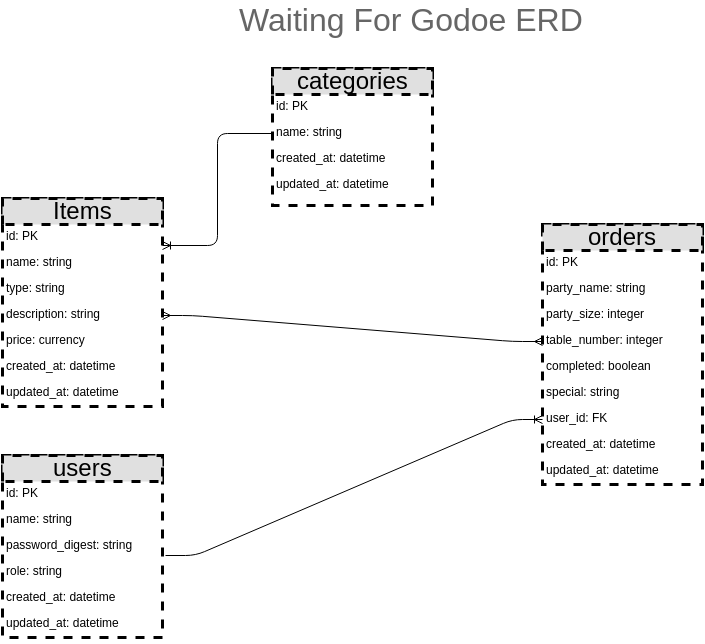
Earlier version of the draw.io export erds/gadoe_erd.png (harryganz/restaurant_management_app). Source tidied: cells renumbered, new cells last; positions are measured from the earlier drawing's top-left corner, leaving out a move shared by most shapes.
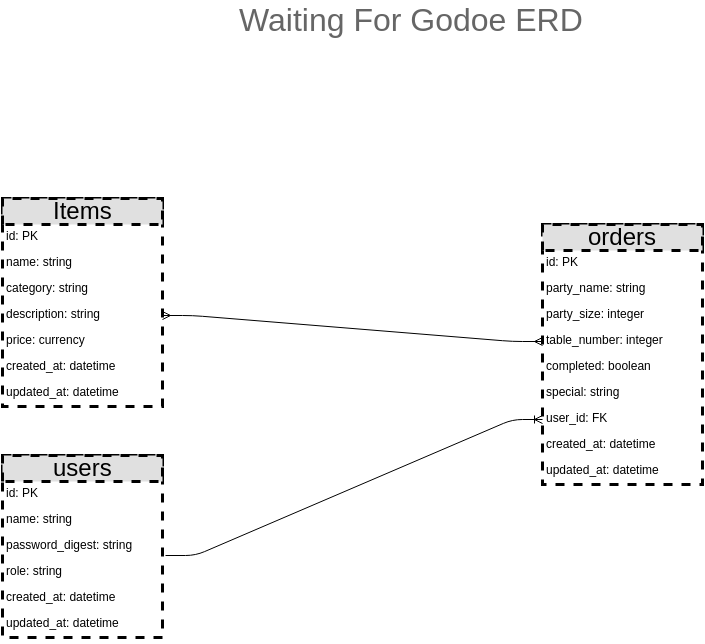
The same file after the commit.

Commit message:
Removes categories table from ERD

Change to the diagram source:
```diff
@@ -11,7 +11,7 @@
     <mxCell id="4" value="name: string" style="text;html=1;strokeColor=none;fillColor=none;spacingLeft=4;spacingRight=4;whiteSpace=wrap;overflow=hidden;" parent="2" vertex="1">
       <mxGeometry y="52" width="160" height="26" as="geometry" />
     </mxCell>
-    <mxCell id="5" value="type: string" style="text;html=1;strokeColor=none;fillColor=none;spacingLeft=4;spacingRight=4;whiteSpace=wrap;overflow=hidden;" parent="2" vertex="1">
+    <mxCell id="5" value="category: string" style="text;html=1;strokeColor=none;fillColor=none;spacingLeft=4;spacingRight=4;whiteSpace=wrap;overflow=hidden;" parent="2" vertex="1">
       <mxGeometry y="78" width="160" height="26" as="geometry" />
     </mxCell>
     <mxCell id="6" value="description: string" style="text;html=1;strokeColor=none;fillColor=none;spacingLeft=4;spacingRight=4;whiteSpace=wrap;overflow=hidden;points=[[0,0.5],[1,0.5]];portConstraint=eastwest;" parent="2" vertex="1">
@@ -86,28 +86,5 @@
     <mxCell id="29" style="edgeStyle=entityRelationEdgeStyle;html=1;endArrow=ERoneToMany;fontSize=16;fontColor=none;exitX=1.019;exitY=0.846;exitPerimeter=0;entryX=0;entryY=0.5;" parent="1" edge="1" source="23" target="17">
       <mxGeometry relative="1" as="geometry" />
     </mxCell>
-    <mxCell id="30" value="&lt;font style=&quot;font-size: 24px&quot;&gt;categories&lt;/font&gt;" style="swimlane;html=1;fontStyle=0;horizontal=1;startSize=26;fillColor=#e0e0e0;swimlaneFillColor=#ffffff;align=center;dashed=1;strokeWidth=3;fontSize=31;fontColor=#000000;verticalAlign=bottom;" parent="1" vertex="1">
-      <mxGeometry x="270" y="63" width="160" height="137" as="geometry" />
-    </mxCell>
-    <mxCell id="31" value="id: PK" style="text;html=1;strokeColor=none;fillColor=none;spacingLeft=4;spacingRight=4;whiteSpace=wrap;overflow=hidden;verticalAlign=top;" parent="30" vertex="1">
-      <mxGeometry y="26" width="160" height="26" as="geometry" />
-    </mxCell>
-    <mxCell id="32" value="name: string" style="text;html=1;strokeColor=none;fillColor=none;spacingLeft=4;spacingRight=4;whiteSpace=wrap;overflow=hidden;points=[[0,0.5],[1,0.5]];portConstraint=eastwest;" parent="30" vertex="1">
-      <mxGeometry y="52" width="160" height="26" as="geometry" />
-    </mxCell>
-    <mxCell id="33" value="created_at: datetime" style="text;html=1;strokeColor=none;fillColor=none;spacingLeft=4;spacingRight=4;whiteSpace=wrap;overflow=hidden;" parent="30" vertex="1">
-      <mxGeometry y="78" width="160" height="26" as="geometry" />
-    </mxCell>
-    <mxCell id="34" value="updated_at: datetime" style="text;html=1;strokeColor=none;fillColor=none;spacingLeft=4;spacingRight=4;whiteSpace=wrap;overflow=hidden;" parent="30" vertex="1">
-      <mxGeometry y="104" width="160" height="26" as="geometry" />
-    </mxCell>
-    <mxCell id="35" style="edgeStyle=orthogonalEdgeStyle;html=1;endArrow=ERoneToMany;fontSize=16;fontColor=none;exitX=0;exitY=0.5;entryX=1;entryY=0.808;entryPerimeter=0;" parent="1" edge="1" source="32" target="3">
-      <mxGeometry relative="1" as="geometry">
-        <Array as="points">
-          <mxPoint x="215" y="128" />
-          <mxPoint x="215" y="240" />
-        </Array>
-      </mxGeometry>
-    </mxCell>
   </root>
 </mxGraphModel>
```
